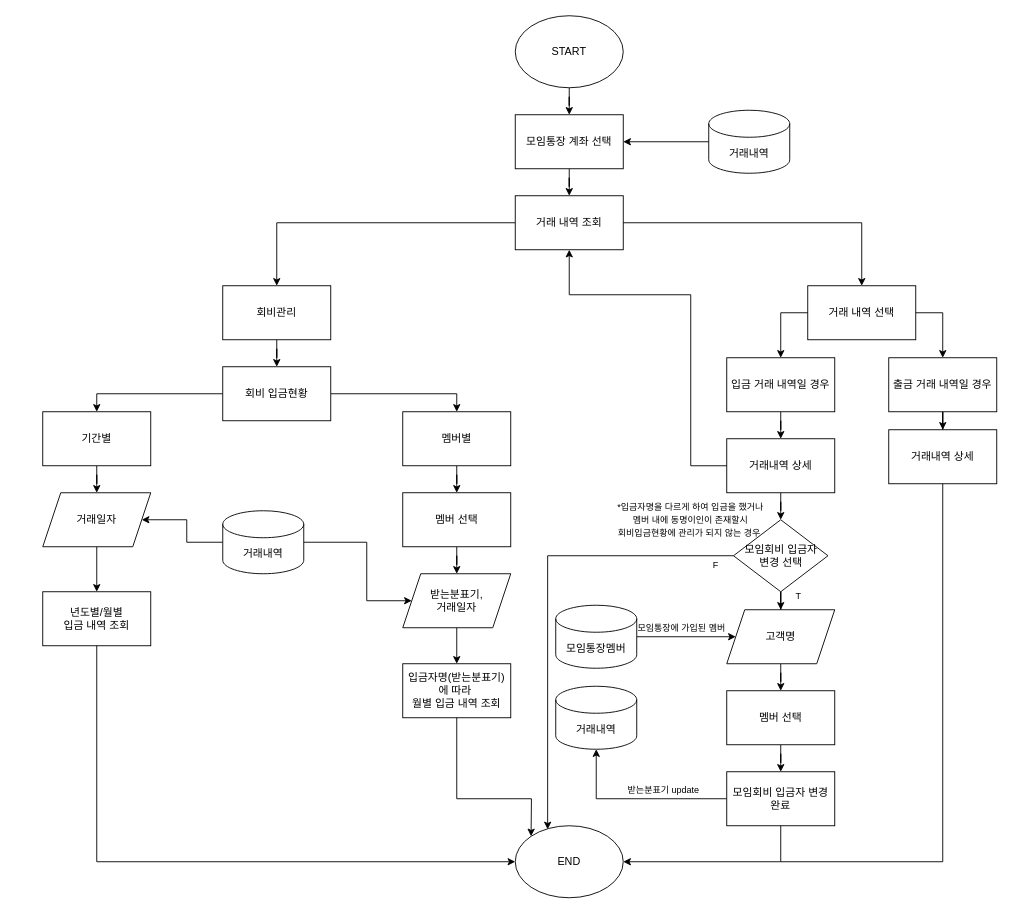
Earlier version of the draw.io diagram Untitled Diagram_4.drawio (h22j2n/BeakJoon). Source tidied: cells renumbered, new cells numbered last; positions are measured from the earlier drawing's top-left corner, leaving out a move shared by most shapes. Both pictures are drawn from the tidied source at 90%, with x=0, y=0 at pixel (42, 15).
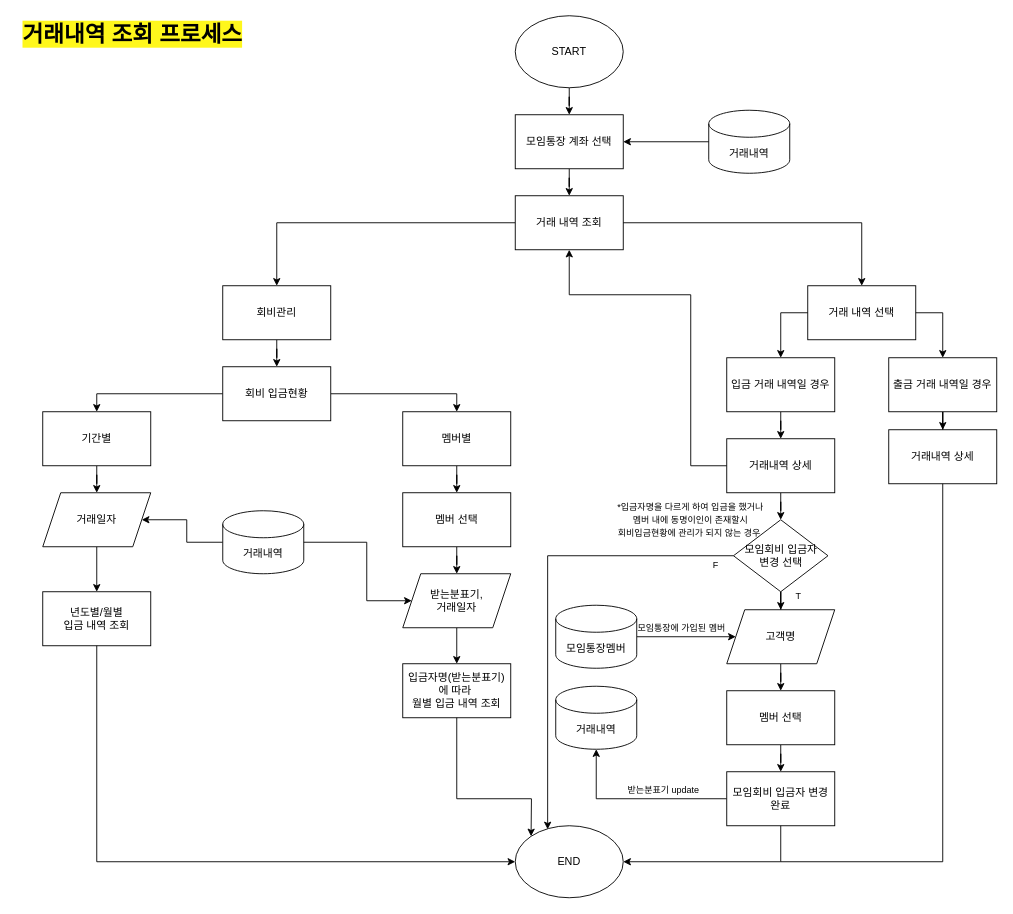
The same page after the edit.

The edit, as a diff of the source:
```diff
@@
+    <mxCell id="64" value="&lt;span&gt;&lt;font style=&quot;font-size: 25px&quot;&gt;거래내역 조회 프로세스&lt;/font&gt;&lt;/span&gt;" style="text;html=1;strokeColor=none;fillColor=none;align=center;verticalAlign=middle;whiteSpace=wrap;rounded=0;fontSize=25;fontStyle=1;labelBackgroundColor=#FFF71C;" parent="1" vertex="1">
+      <mxGeometry x="-30" y="10" width="260" height="20" as="geometry" />
+    </mxCell>
```
